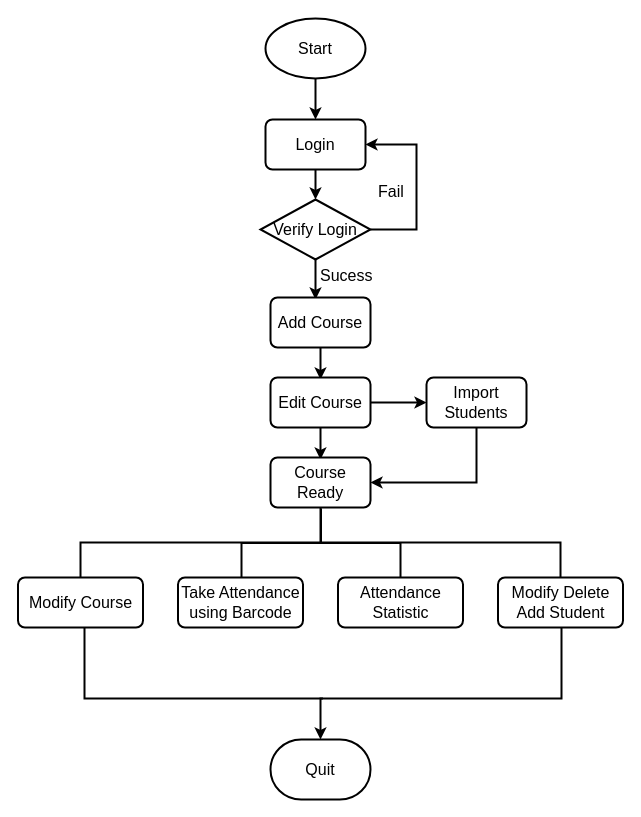
The draw.io diagram page "Page-3" (3 of 4) of attendance modules.drawio in fchen-group/attendance-system, before the edit. Source tidied: cells renumbered, new cells numbered last; positions are measured from the earlier drawing's top-left corner, leaving out a move shared by most shapes. Both pictures are drawn from the tidied source at 100%, with x=0, y=0 at pixel (18, 18).
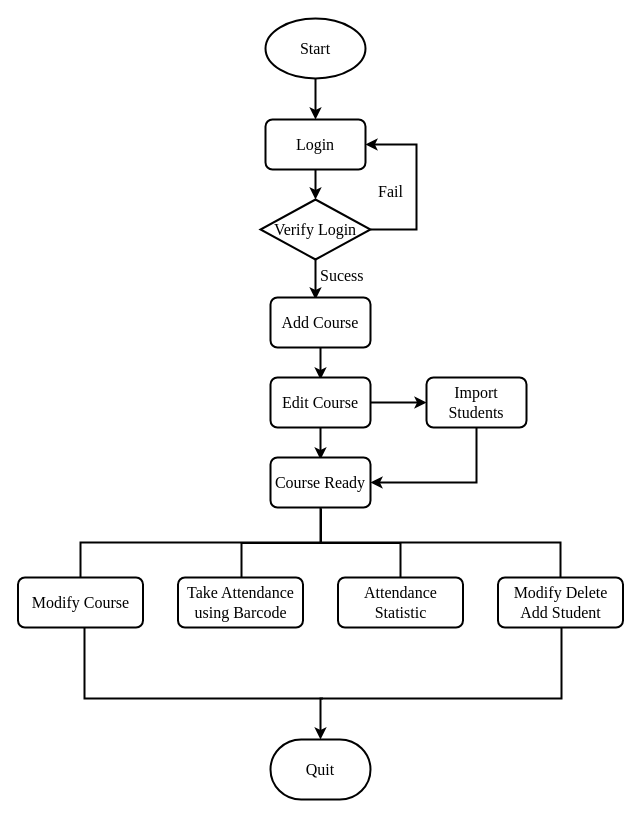
After the change.

Diff of the diagram source:
```diff
@@
-    <mxCell id="2" style="strokeWidth=2;html=1;shape=mxgraph.flowchart.annotation_2;align=left;fontSize=16;direction=south;" parent="1" vertex="1">
+    <mxCell id="2" style="strokeWidth=2;html=1;shape=mxgraph.flowchart.annotation_2;align=left;fontSize=16;direction=south;fontFamily=Times New Roman;" parent="1" vertex="1">
       <mxGeometry x="62" y="489" width="480" height="70" as="geometry" />
     </mxCell>
-    <mxCell id="3" style="edgeStyle=orthogonalEdgeStyle;rounded=0;jettySize=auto;html=1;exitX=0.5;exitY=1;exitDx=0;exitDy=0;exitPerimeter=0;entryX=0.5;entryY=0;entryDx=0;entryDy=0;startArrow=none;startFill=0;fontSize=16;endArrow=classic;endFill=1;strokeWidth=2;" parent="1" edge="1" source="4" target="6">
+    <mxCell id="3" style="edgeStyle=orthogonalEdgeStyle;rounded=0;jettySize=auto;html=1;exitX=0.5;exitY=1;exitDx=0;exitDy=0;exitPerimeter=0;entryX=0.5;entryY=0;entryDx=0;entryDy=0;startArrow=none;startFill=0;fontSize=16;endArrow=classic;endFill=1;strokeWidth=2;fontFamily=Times New Roman;" parent="1" edge="1" source="4" target="6">
       <mxGeometry relative="1" as="geometry" />
     </mxCell>
-    <mxCell id="4" value="Start" style="strokeWidth=2;html=1;shape=mxgraph.flowchart.start_1;whiteSpace=wrap;fontSize=16;align=center;" parent="1" vertex="1">
+    <mxCell id="4" value="Start" style="strokeWidth=2;html=1;shape=mxgraph.flowchart.start_1;whiteSpace=wrap;fontSize=16;align=center;fontFamily=Times New Roman;" parent="1" vertex="1">
       <mxGeometry x="247" width="100" height="60" as="geometry" />
     </mxCell>
-    <mxCell id="5" style="edgeStyle=orthogonalEdgeStyle;rounded=0;jettySize=auto;html=1;exitX=0.5;exitY=1;exitDx=0;exitDy=0;entryX=0.5;entryY=0;entryDx=0;entryDy=0;entryPerimeter=0;startArrow=none;startFill=0;endArrow=classic;endFill=1;fontSize=16;strokeWidth=2;" parent="1" edge="1" source="6" target="9">
+    <mxCell id="5" style="edgeStyle=orthogonalEdgeStyle;rounded=0;jettySize=auto;html=1;exitX=0.5;exitY=1;exitDx=0;exitDy=0;entryX=0.5;entryY=0;entryDx=0;entryDy=0;entryPerimeter=0;startArrow=none;startFill=0;endArrow=classic;endFill=1;fontSize=16;strokeWidth=2;fontFamily=Times New Roman;" parent="1" edge="1" source="6" target="9">
       <mxGeometry relative="1" as="geometry" />
     </mxCell>
-    <mxCell id="6" value="Login" style="rounded=1;whiteSpace=wrap;html=1;absoluteArcSize=1;arcSize=14;strokeWidth=2;fontSize=16;align=center;" parent="1" vertex="1">
+    <mxCell id="6" value="Login" style="rounded=1;whiteSpace=wrap;html=1;absoluteArcSize=1;arcSize=14;strokeWidth=2;fontSize=16;align=center;fontFamily=Times New Roman;" parent="1" vertex="1">
       <mxGeometry x="247" y="101" width="100" height="50" as="geometry" />
     </mxCell>
-    <mxCell id="7" style="edgeStyle=orthogonalEdgeStyle;rounded=0;jettySize=auto;html=1;startArrow=none;startFill=0;endArrow=classic;endFill=1;fontSize=16;exitX=0.5;exitY=1;exitDx=0;exitDy=0;exitPerimeter=0;entryX=0.45;entryY=0.04;entryDx=0;entryDy=0;entryPerimeter=0;strokeWidth=2;" parent="1" edge="1" source="9" target="11">
+    <mxCell id="7" style="edgeStyle=orthogonalEdgeStyle;rounded=0;jettySize=auto;html=1;startArrow=none;startFill=0;endArrow=classic;endFill=1;fontSize=16;exitX=0.5;exitY=1;exitDx=0;exitDy=0;exitPerimeter=0;entryX=0.45;entryY=0.04;entryDx=0;entryDy=0;entryPerimeter=0;strokeWidth=2;fontFamily=Times New Roman;" parent="1" edge="1" source="9" target="11">
       <mxGeometry relative="1" as="geometry" />
     </mxCell>
-    <mxCell id="8" style="edgeStyle=orthogonalEdgeStyle;rounded=0;jettySize=auto;html=1;startArrow=none;startFill=0;endArrow=classic;endFill=1;fontSize=16;entryX=1;entryY=0.5;entryDx=0;entryDy=0;strokeWidth=2;" parent="1" edge="1" source="9" target="6">
+    <mxCell id="8" style="edgeStyle=orthogonalEdgeStyle;rounded=0;jettySize=auto;html=1;startArrow=none;startFill=0;endArrow=classic;endFill=1;fontSize=16;entryX=1;entryY=0.5;entryDx=0;entryDy=0;strokeWidth=2;fontFamily=Times New Roman;" parent="1" edge="1" source="9" target="6">
       <mxGeometry relative="1" as="geometry">
         <Array as="points">
           <mxPoint x="398" y="211" />
           <mxPoint x="398" y="126" />
         </Array>
       </mxGeometry>
     </mxCell>
-    <mxCell id="9" value="Verify Login" style="strokeWidth=2;html=1;shape=mxgraph.flowchart.decision;whiteSpace=wrap;fontSize=16;align=center;" parent="1" vertex="1">
+    <mxCell id="9" value="Verify Login" style="strokeWidth=2;html=1;shape=mxgraph.flowchart.decision;whiteSpace=wrap;fontSize=16;align=center;fontFamily=Times New Roman;" parent="1" vertex="1">
       <mxGeometry x="242" y="181" width="110" height="60" as="geometry" />
     </mxCell>
-    <mxCell id="10" style="edgeStyle=orthogonalEdgeStyle;rounded=0;jettySize=auto;html=1;exitX=0.5;exitY=1;exitDx=0;exitDy=0;startArrow=none;startFill=0;endArrow=classic;endFill=1;fontSize=16;strokeWidth=2;" parent="1" edge="1" source="11">
+    <mxCell id="10" style="edgeStyle=orthogonalEdgeStyle;rounded=0;jettySize=auto;html=1;exitX=0.5;exitY=1;exitDx=0;exitDy=0;startArrow=none;startFill=0;endArrow=classic;endFill=1;fontSize=16;strokeWidth=2;fontFamily=Times New Roman;" parent="1" edge="1" source="11">
       <mxGeometry relative="1" as="geometry">
         <mxPoint x="302" y="361" as="targetPoint" />
       </mxGeometry>
     </mxCell>
-    <mxCell id="11" value="Add Course" style="rounded=1;whiteSpace=wrap;html=1;absoluteArcSize=1;arcSize=14;strokeWidth=2;fontSize=16;align=center;" parent="1" vertex="1">
+    <mxCell id="11" value="Add Course" style="rounded=1;whiteSpace=wrap;html=1;absoluteArcSize=1;arcSize=14;strokeWidth=2;fontSize=16;align=center;fontFamily=Times New Roman;" parent="1" vertex="1">
       <mxGeometry x="252" y="279" width="100" height="50" as="geometry" />
     </mxCell>
-    <mxCell id="12" style="edgeStyle=orthogonalEdgeStyle;rounded=0;jettySize=auto;html=1;entryX=0;entryY=0.5;entryDx=0;entryDy=0;startArrow=none;startFill=0;endArrow=classic;endFill=1;fontSize=16;strokeWidth=2;" parent="1" edge="1" source="14" target="16">
+    <mxCell id="12" style="edgeStyle=orthogonalEdgeStyle;rounded=0;jettySize=auto;html=1;entryX=0;entryY=0.5;entryDx=0;entryDy=0;startArrow=none;startFill=0;endArrow=classic;endFill=1;fontSize=16;strokeWidth=2;fontFamily=Times New Roman;" parent="1" edge="1" source="14" target="16">
       <mxGeometry relative="1" as="geometry" />
     </mxCell>
-    <mxCell id="13" style="edgeStyle=orthogonalEdgeStyle;rounded=0;jettySize=auto;html=1;startArrow=none;startFill=0;endArrow=classic;endFill=1;fontSize=16;strokeWidth=2;" parent="1" edge="1" source="14">
+    <mxCell id="13" style="edgeStyle=orthogonalEdgeStyle;rounded=0;jettySize=auto;html=1;startArrow=none;startFill=0;endArrow=classic;endFill=1;fontSize=16;strokeWidth=2;fontFamily=Times New Roman;" parent="1" edge="1" source="14">
       <mxGeometry relative="1" as="geometry">
         <mxPoint x="302" y="441" as="targetPoint" />
       </mxGeometry>
     </mxCell>
-    <mxCell id="14" value="Edit Course" style="rounded=1;whiteSpace=wrap;html=1;absoluteArcSize=1;arcSize=14;strokeWidth=2;fontSize=16;align=center;" parent="1" vertex="1">
+    <mxCell id="14" value="Edit Course" style="rounded=1;whiteSpace=wrap;html=1;absoluteArcSize=1;arcSize=14;strokeWidth=2;fontSize=16;align=center;fontFamily=Times New Roman;" parent="1" vertex="1">
       <mxGeometry x="252" y="359" width="100" height="50" as="geometry" />
     </mxCell>
-    <mxCell id="15" style="edgeStyle=orthogonalEdgeStyle;rounded=0;jettySize=auto;html=1;exitX=0.5;exitY=1;exitDx=0;exitDy=0;entryX=1;entryY=0.5;entryDx=0;entryDy=0;startArrow=none;startFill=0;endArrow=classic;endFill=1;fontSize=16;strokeWidth=2;" parent="1" edge="1" source="16" target="17">
+    <mxCell id="15" style="edgeStyle=orthogonalEdgeStyle;rounded=0;jettySize=auto;html=1;exitX=0.5;exitY=1;exitDx=0;exitDy=0;entryX=1;entryY=0.5;entryDx=0;entryDy=0;startArrow=none;startFill=0;endArrow=classic;endFill=1;fontSize=16;strokeWidth=2;fontFamily=Times New Roman;" parent="1" edge="1" source="16" target="17">
       <mxGeometry relative="1" as="geometry" />
     </mxCell>
-    <mxCell id="16" value="Import Students" style="rounded=1;whiteSpace=wrap;html=1;absoluteArcSize=1;arcSize=14;strokeWidth=2;fontSize=16;align=center;" parent="1" vertex="1">
+    <mxCell id="16" value="Import Students" style="rounded=1;whiteSpace=wrap;html=1;absoluteArcSize=1;arcSize=14;strokeWidth=2;fontSize=16;align=center;fontFamily=Times New Roman;" parent="1" vertex="1">
       <mxGeometry x="408" y="359" width="100" height="50" as="geometry" />
     </mxCell>
-    <mxCell id="17" value="Course Ready" style="rounded=1;whiteSpace=wrap;html=1;absoluteArcSize=1;arcSize=14;strokeWidth=2;fontSize=16;align=center;" parent="1" vertex="1">
+    <mxCell id="17" value="Course Ready" style="rounded=1;whiteSpace=wrap;html=1;absoluteArcSize=1;arcSize=14;strokeWidth=2;fontSize=16;align=center;fontFamily=Times New Roman;" parent="1" vertex="1">
       <mxGeometry x="252" y="439" width="100" height="50" as="geometry" />
     </mxCell>
-    <mxCell id="18" value="Modify Course" style="rounded=1;whiteSpace=wrap;html=1;absoluteArcSize=1;arcSize=14;strokeWidth=2;fontSize=16;align=center;" parent="1" vertex="1">
+    <mxCell id="18" value="Modify Course" style="rounded=1;whiteSpace=wrap;html=1;absoluteArcSize=1;arcSize=14;strokeWidth=2;fontSize=16;align=center;fontFamily=Times New Roman;" parent="1" vertex="1">
       <mxGeometry x="-0.5" y="559" width="125" height="50" as="geometry" />
     </mxCell>
-    <mxCell id="19" value="Take Attendance using Barcode" style="rounded=1;whiteSpace=wrap;html=1;absoluteArcSize=1;arcSize=14;strokeWidth=2;fontSize=16;align=center;" parent="1" vertex="1">
+    <mxCell id="19" value="Take Attendance using Barcode" style="rounded=1;whiteSpace=wrap;html=1;absoluteArcSize=1;arcSize=14;strokeWidth=2;fontSize=16;align=center;fontFamily=Times New Roman;" parent="1" vertex="1">
       <mxGeometry x="159.5" y="559" width="125" height="50" as="geometry" />
     </mxCell>
-    <mxCell id="20" value="Attendance Statistic" style="rounded=1;whiteSpace=wrap;html=1;absoluteArcSize=1;arcSize=14;strokeWidth=2;fontSize=16;align=center;" parent="1" vertex="1">
+    <mxCell id="20" value="Attendance Statistic" style="rounded=1;whiteSpace=wrap;html=1;absoluteArcSize=1;arcSize=14;strokeWidth=2;fontSize=16;align=center;fontFamily=Times New Roman;" parent="1" vertex="1">
       <mxGeometry x="319.5" y="559" width="125" height="50" as="geometry" />
     </mxCell>
-    <mxCell id="21" value="Modify Delete Add Student" style="rounded=1;whiteSpace=wrap;html=1;absoluteArcSize=1;arcSize=14;strokeWidth=2;fontSize=16;align=center;" parent="1" vertex="1">
+    <mxCell id="21" value="Modify Delete Add Student" style="rounded=1;whiteSpace=wrap;html=1;absoluteArcSize=1;arcSize=14;strokeWidth=2;fontSize=16;align=center;fontFamily=Times New Roman;" parent="1" vertex="1">
       <mxGeometry x="479.5" y="559" width="125" height="50" as="geometry" />
     </mxCell>
-    <mxCell id="22" style="strokeWidth=2;html=1;shape=mxgraph.flowchart.annotation_2;align=left;fontSize=16;rotation=-90;direction=west;" parent="1" vertex="1">
+    <mxCell id="22" style="strokeWidth=2;html=1;shape=mxgraph.flowchart.annotation_2;align=left;fontSize=16;rotation=-90;direction=west;fontFamily=Times New Roman;" parent="1" vertex="1">
       <mxGeometry x="268" y="445" width="69" height="159" as="geometry" />
     </mxCell>
-    <mxCell id="23" style="edgeStyle=orthogonalEdgeStyle;rounded=0;jettySize=auto;html=1;exitX=0;exitY=0.5;exitDx=0;exitDy=0;exitPerimeter=0;startArrow=none;startFill=0;endArrow=classic;endFill=1;fontSize=16;strokeWidth=2;" parent="1" edge="1" source="24" target="27">
+    <mxCell id="23" style="edgeStyle=orthogonalEdgeStyle;rounded=0;jettySize=auto;html=1;exitX=0;exitY=0.5;exitDx=0;exitDy=0;exitPerimeter=0;startArrow=none;startFill=0;endArrow=classic;endFill=1;fontSize=16;strokeWidth=2;fontFamily=Times New Roman;" parent="1" edge="1" source="24" target="27">
       <mxGeometry relative="1" as="geometry">
         <Array as="points">
           <mxPoint x="302" y="680" />
         </Array>
       </mxGeometry>
     </mxCell>
-    <mxCell id="24" style="strokeWidth=2;html=1;shape=mxgraph.flowchart.annotation_1;align=left;fontSize=16;rotation=-90;" parent="1" vertex="1">
+    <mxCell id="24" style="strokeWidth=2;html=1;shape=mxgraph.flowchart.annotation_1;align=left;fontSize=16;rotation=-90;fontFamily=Times New Roman;" parent="1" vertex="1">
       <mxGeometry x="269" y="406" width="71" height="477" as="geometry" />
     </mxCell>
-    <mxCell id="25" value="Sucess" style="text;html=1;align=left;verticalAlign=top;spacingTop=-4;fontSize=16;" parent="1" vertex="1">
+    <mxCell id="25" value="Sucess" style="text;html=1;align=left;verticalAlign=top;spacingTop=-4;fontSize=16;fontFamily=Times New Roman;" parent="1" vertex="1">
       <mxGeometry x="300" y="245" width="70" height="20" as="geometry" />
     </mxCell>
-    <mxCell id="26" value="Fail" style="text;html=1;align=left;verticalAlign=top;spacingTop=-4;fontSize=16;" parent="1" vertex="1">
+    <mxCell id="26" value="Fail" style="text;html=1;align=left;verticalAlign=top;spacingTop=-4;fontSize=16;fontFamily=Times New Roman;" parent="1" vertex="1">
       <mxGeometry x="358" y="161" width="40" height="20" as="geometry" />
     </mxCell>
-    <mxCell id="27" value="Quit" style="strokeWidth=2;html=1;shape=mxgraph.flowchart.terminator;whiteSpace=wrap;fontSize=16;align=center;" parent="1" vertex="1">
+    <mxCell id="27" value="Quit" style="strokeWidth=2;html=1;shape=mxgraph.flowchart.terminator;whiteSpace=wrap;fontSize=16;align=center;fontFamily=Times New Roman;" parent="1" vertex="1">
       <mxGeometry x="252" y="721" width="100" height="60" as="geometry" />
     </mxCell>
```
